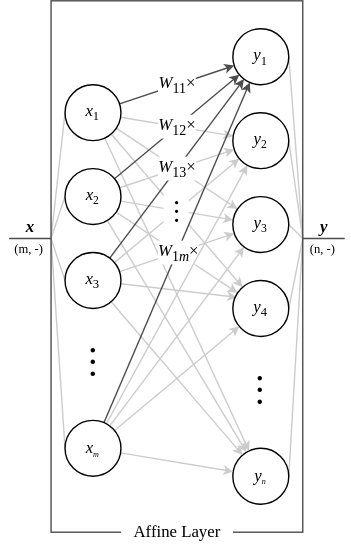
dragoon8192/LaundryTag keeps this draw.io diagram as img/affine.svg. Above is the earlier version. Source tidied: cells renumbered, new cells last; positions are measured from the earlier drawing's top-left corner, leaving out a move shared by most shapes.
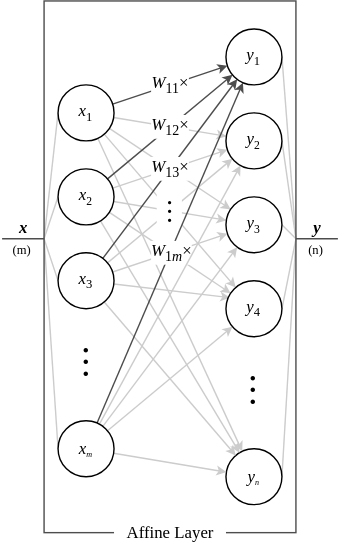
The same diagram one commit later.

What changed in the source:
```diff
@@ -175,11 +175,11 @@
     <mxCell id="48" value="&lt;font size=&quot;1&quot; face=&quot;Times New Roman&quot;&gt;&lt;i style=&quot;font-size: 12px;&quot;&gt;y&lt;/i&gt;&lt;/font&gt;&lt;font face=&quot;Times New Roman&quot; style=&quot;font-size: 10px;&quot;&gt;&lt;sub&gt;3&lt;/sub&gt;&lt;/font&gt;" style="ellipse;whiteSpace=wrap;html=1;" parent="1" vertex="1">
       <mxGeometry x="166" y="140" width="40" height="40" as="geometry" />
     </mxCell>
-    <mxCell id="49" value="&lt;font style=&quot;font-size: 9px;&quot;&gt;(m, -)&lt;/font&gt;" style="text;html=1;align=center;verticalAlign=middle;strokeColor=none;fillColor=none;fontSize=18;fontFamily=Times New Roman;spacing=0;labelBackgroundColor=none;" parent="1" vertex="1">
-      <mxGeometry y="160" width="40" height="30" as="geometry" />
+    <mxCell id="49" value="&lt;font style=&quot;font-size: 9px;&quot;&gt;(m)&lt;/font&gt;" style="text;html=1;align=center;verticalAlign=middle;strokeColor=none;fillColor=none;fontSize=18;fontFamily=Times New Roman;spacing=0;labelBackgroundColor=none;" parent="1" vertex="1">
+      <mxGeometry x="5" y="160" width="30" height="30" as="geometry" />
     </mxCell>
-    <mxCell id="50" value="&lt;font style=&quot;font-size: 9px;&quot;&gt;(n, -)&lt;/font&gt;" style="text;html=1;align=center;verticalAlign=middle;strokeColor=none;fillColor=none;fontSize=18;fontFamily=Times New Roman;spacing=0;labelBackgroundColor=none;" parent="1" vertex="1">
-      <mxGeometry x="210" y="160" width="40" height="30" as="geometry" />
+    <mxCell id="50" value="&lt;font style=&quot;font-size: 9px;&quot;&gt;(n)&lt;/font&gt;" style="text;html=1;align=center;verticalAlign=middle;strokeColor=none;fillColor=none;fontSize=18;fontFamily=Times New Roman;spacing=0;labelBackgroundColor=none;" parent="1" vertex="1">
+      <mxGeometry x="215" y="160" width="30" height="30" as="geometry" />
     </mxCell>
   </root>
 </mxGraphModel>
```
